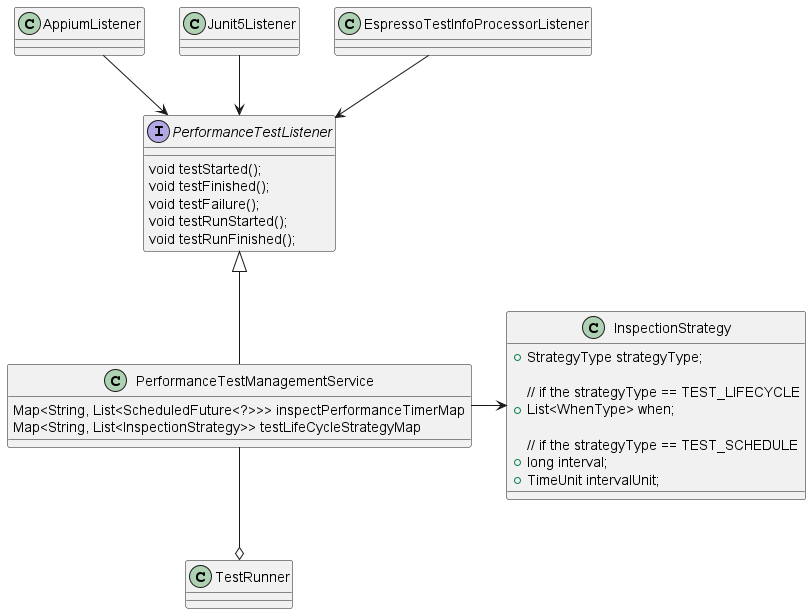
Above: docs/images/UML/perf_test_class_design.png in microsoft/HydraLab (PlantUML), before the change. The source it was exported from:
```plantuml
@startuml perf_test_class_design
class InspectionStrategy {

    + StrategyType strategyType;

    // if the strategyType == TEST_LIFECYCLE
    + List<WhenType> when;

    // if the strategyType == TEST_SCHEDULE
    + long interval;
    + TimeUnit intervalUnit;
}

interface PerformanceTestListener {
    void testStarted();
    void testFinished();
    void testFailure();
    void testRunStarted();
    void testRunFinished();
}

class PerformanceTestManagementService {
    Map<String, List<ScheduledFuture<?>>> inspectPerformanceTimerMap
    Map<String, List<InspectionStrategy>> testLifeCycleStrategyMap
}

PerformanceTestManagementService -> InspectionStrategy
PerformanceTestManagementService -u-|> PerformanceTestListener

PerformanceTestManagementService -d-o TestRunner
AppiumListener -d->  PerformanceTestListener
Junit5Listener -d->  PerformanceTestListener
EspressoTestInfoProcessorListener  -d->  PerformanceTestListener
@enduml
```
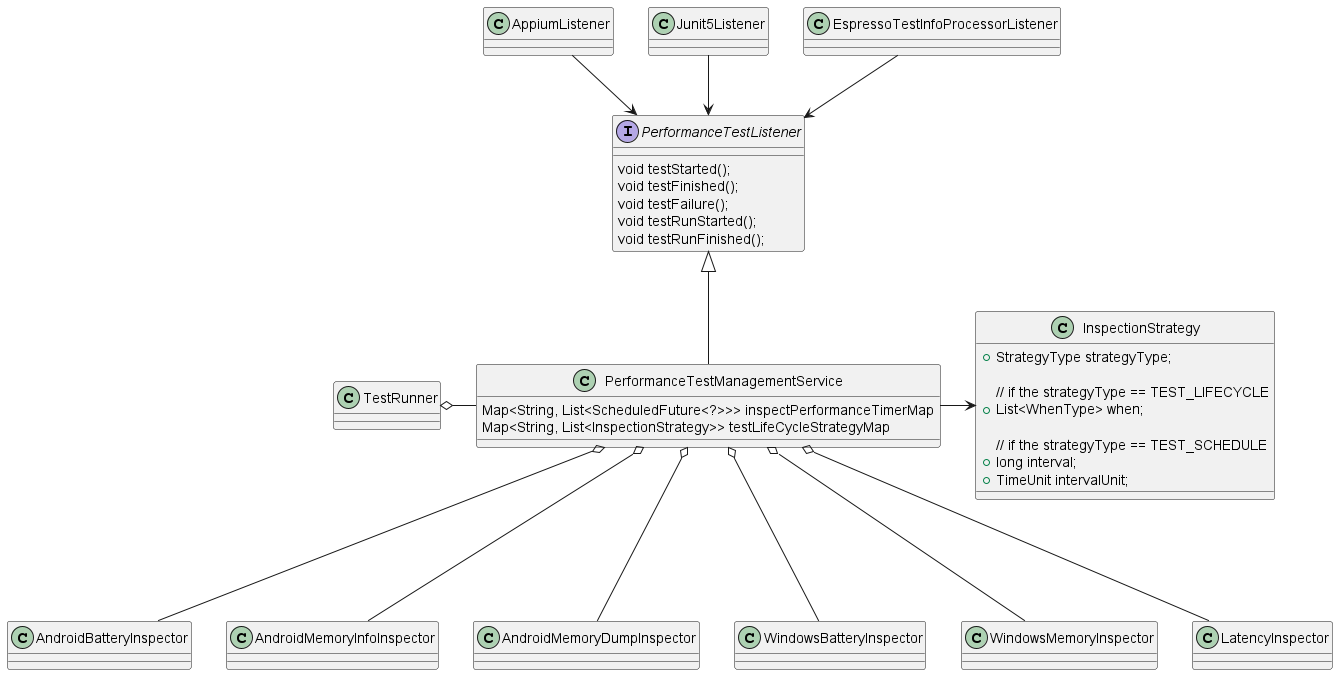
After the commit.

Commit message:
Design for latency test

Change to the diagram source:
```diff
@@ -24,10 +24,17 @@
     Map<String, List<InspectionStrategy>> testLifeCycleStrategyMap
 }
 
+AndroidBatteryInspector -up--o PerformanceTestManagementService
+AndroidMemoryInfoInspector -up--o PerformanceTestManagementService
+AndroidMemoryDumpInspector -up--o PerformanceTestManagementService
+WindowsBatteryInspector -up--o PerformanceTestManagementService
+WindowsMemoryInspector -up--o PerformanceTestManagementService
+LatencyInspector -up--o PerformanceTestManagementService
+
 PerformanceTestManagementService -> InspectionStrategy
 PerformanceTestManagementService -u-|> PerformanceTestListener
 
-PerformanceTestManagementService -d-o TestRunner
+PerformanceTestManagementService -left-o TestRunner
 AppiumListener -d->  PerformanceTestListener
 Junit5Listener -d->  PerformanceTestListener
 EspressoTestInfoProcessorListener  -d->  PerformanceTestListener
```
